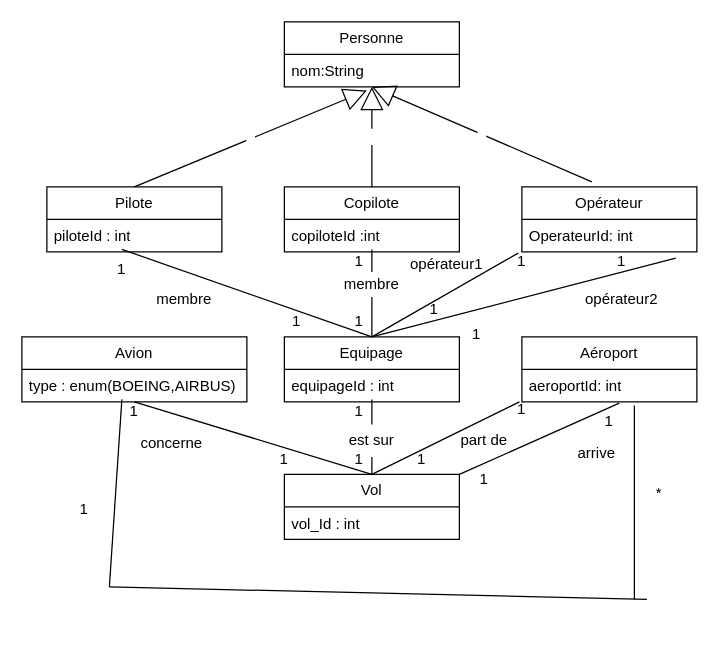
Above: classes_agence_voyage.drawio in ewan-delanoy/uml_diagram (draw.io), before the change. Source tidied: cells renumbered, new cells numbered last; positions are measured from the earlier drawing's top-left corner, leaving out a move shared by most shapes. Both pictures are drawn from the tidied source at 125%, with x=0, y=0 at pixel (21, 21).
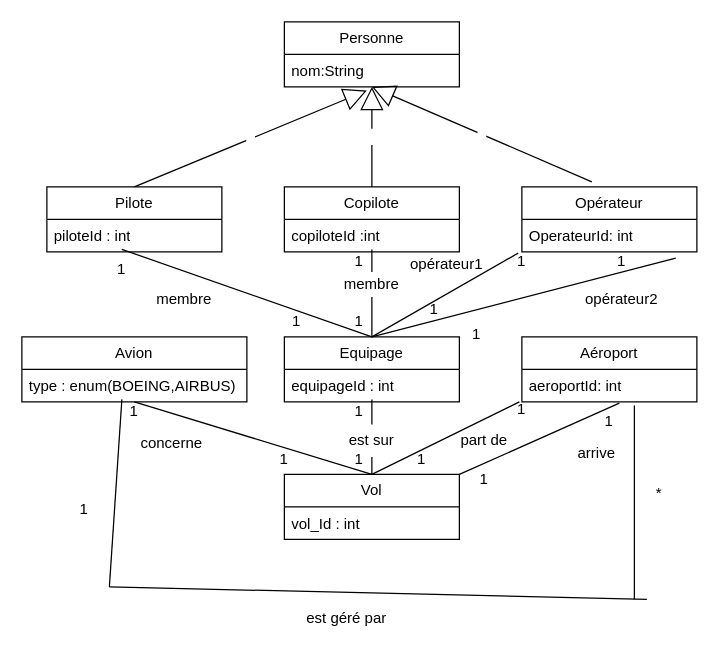
After the change.

Commit message (it also covers changes not shown here):
Mettre à jour classes_agence_voyage.drawio

The edit, as a diff of the source:
```diff
@@
+    <mxCell id="60" value="est géré par" style="text;html=1;strokeColor=none;fillColor=none;align=center;verticalAlign=middle;whiteSpace=wrap;rounded=0;" parent="1" vertex="1">
+      <mxGeometry x="210" y="462" width="100" height="30" as="geometry" />
+    </mxCell>
```
